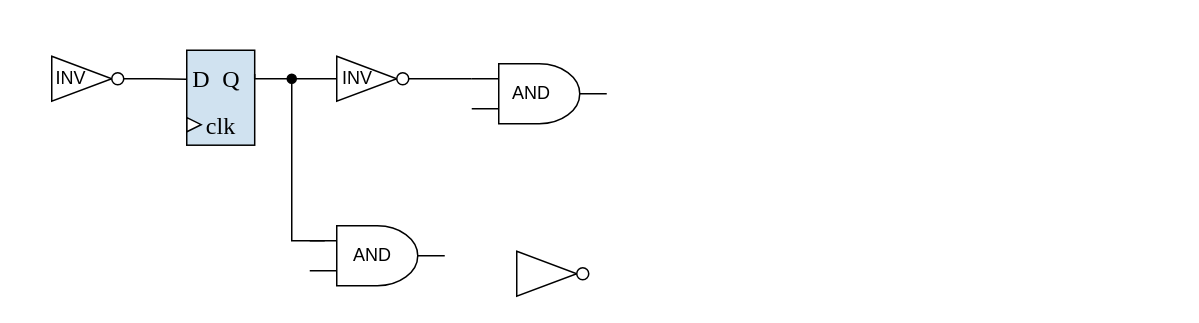
The draw.io diagram TimingGraoh.drawio in kxzhu0505/Delay-Padding-For-Multi-corner, before the edit. Source tidied: cells renumbered, new cells numbered last; positions are measured from the earlier drawing's top-left corner, leaving out a move shared by most shapes. Both pictures are drawn from the tidied source at 150%, with x=0, y=0 at pixel (26, 50).
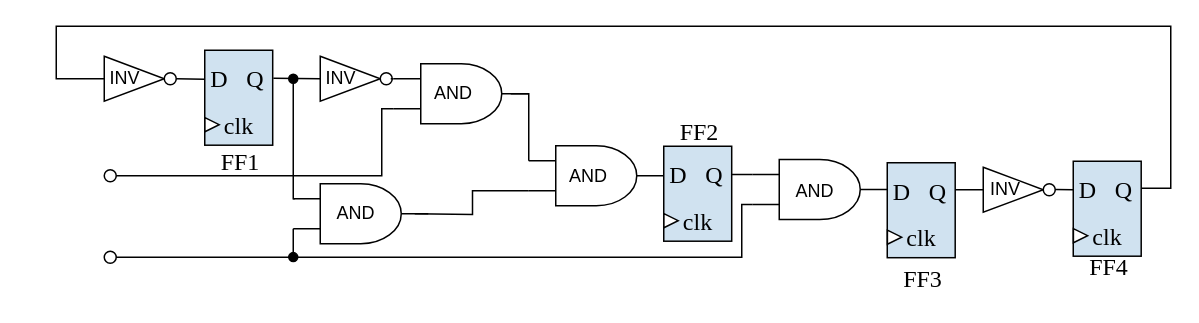
Above is the later version.

Unchanged cells that the change refers to:
```xml
<mxCell id="3" style="triangle;whiteSpace=wrap;html=1;" parent="2" vertex="1">
  <mxGeometry width="40" height="30" as="geometry" />
</mxCell>
<mxCell id="4" style="ellipse;whiteSpace=wrap;html=1;" parent="2" vertex="1">
  <mxGeometry x="40" y="11" width="8" height="8" as="geometry" />
</mxCell>
<mxCell id="7" style="triangle;whiteSpace=wrap;html=1;" parent="6" vertex="1">
  <mxGeometry width="40" height="30" as="geometry" />
</mxCell>
<mxCell id="8" style="ellipse;whiteSpace=wrap;html=1;" parent="6" vertex="1">
  <mxGeometry x="40" y="11" width="8" height="8" as="geometry" />
</mxCell>
<mxCell id="14" style="rounded=0;whiteSpace=wrap;html=1;rotation=90;strokeWidth=1;fontFamily=Times New Roman;fillColor=#D0E2F0;strokeColor=#000000;shadow=0;gradientColor=none;gradientDirection=north;" parent="13" vertex="1">
  <mxGeometry x="-9" y="9" width="63.3" height="45.3" as="geometry" />
</mxCell>
```

Diff of the diagram source:
```diff
@@
     <mxCell id="2" style="group;" parent="1" vertex="1">
-      <mxGeometry x="17" y="4" width="48" height="30" as="geometry" />
+      <mxGeometry x="52" y="4" width="48" height="30" as="geometry" />
     </mxCell>
@@
     <mxCell id="5" value="INV" style="text;html=1;align=center;verticalAlign=middle;whiteSpace=wrap;rounded=0;" parent="2" vertex="1">
-      <mxGeometry x="-17" width="60" height="30" as="geometry" />
+      <mxGeometry x="-16" width="60" height="30" as="geometry" />
     </mxCell>
     <mxCell id="6" style="group;" parent="1" vertex="1">
-      <mxGeometry x="207" y="4" width="48" height="30" as="geometry" />
+      <mxGeometry x="196" y="4" width="48" height="30" as="geometry" />
     </mxCell>
@@
     <mxCell id="10" style="group;" parent="1" vertex="1">
-      <mxGeometry x="327" y="134" width="48" height="30" as="geometry" />
+      <mxGeometry x="638" y="78" width="48" height="30" as="geometry" />
     </mxCell>
@@
+    <mxCell id="27" value="INV" style="text;html=1;align=center;verticalAlign=middle;whiteSpace=wrap;rounded=0;" parent="10" vertex="1">
+      <mxGeometry x="-15" width="60" height="30" as="geometry" />
+    </mxCell>
     <mxCell id="13" style="group;" parent="1" vertex="1">
-      <mxGeometry x="107" width="48.2" height="63.7" as="geometry" />
+      <mxGeometry x="119" width="48.2" height="63.7" as="geometry" />
     </mxCell>
@@
     <mxCell id="18" value="&lt;span style=&quot;font-size: 16px;&quot;&gt;Q&lt;/span&gt;" style="text;html=1;strokeColor=none;fillColor=none;align=center;verticalAlign=middle;whiteSpace=wrap;rounded=0;strokeWidth=2;fontFamily=Times New Roman;shadow=0;" parent="13" vertex="1">
-      <mxGeometry x="20.1" y="9" width="20" height="20" as="geometry" />
+      <mxGeometry x="24.1" y="9" width="20" height="20" as="geometry" />
     </mxCell>
-    <mxCell id="19" style="edgeStyle=orthogonalEdgeStyle;rounded=0;jettySize=auto;html=1;entryX=0.306;entryY=1.003;entryDx=0;entryDy=0;entryPerimeter=0;endArrow=none;startFill=0;" parent="1" edge="1" source="4" target="14">
+    <mxCell id="19" style="rounded=0;jettySize=auto;html=1;entryX=0.306;entryY=1.003;entryDx=0;entryDy=0;entryPerimeter=0;endArrow=none;startFill=0;" parent="1" edge="1" source="4" target="14">
       <mxGeometry relative="1" as="geometry" />
     </mxCell>
-    <mxCell id="20" style="edgeStyle=orthogonalEdgeStyle;rounded=0;jettySize=auto;html=1;entryX=0;entryY=0.5;entryDx=0;entryDy=0;endArrow=none;startFill=0;exitX=0.25;exitY=0;exitDx=0;exitDy=0;" parent="1" edge="1" source="14" target="7">
-      <mxGeometry relative="1" as="geometry">
-        <Array as="points">
-          <mxPoint x="152" y="19" />
-        </Array>
-      </mxGeometry>
+    <mxCell id="20" style="rounded=0;jettySize=auto;html=1;entryX=0;entryY=0.5;entryDx=0;entryDy=0;endArrow=none;startFill=0;exitX=0.295;exitY=-0.01;exitDx=0;exitDy=0;exitPerimeter=0;" parent="1" edge="1" source="14" target="7">
+      <mxGeometry relative="1" as="geometry" />
     </mxCell>
     <mxCell id="21" style="verticalLabelPosition=bottom;shadow=0;dashed=0;align=center;html=1;verticalAlign=top;shape=mxgraph.electrical.logic_gates.logic_gate;operation=and;strokeWidth=1;" parent="1" vertex="1">
-      <mxGeometry x="189" y="117" width="90" height="40" as="geometry" />
+      <mxGeometry x="178" y="89" width="90" height="40" as="geometry" />
     </mxCell>
     <mxCell id="22" style="verticalLabelPosition=bottom;shadow=0;dashed=0;align=center;html=1;verticalAlign=top;shape=mxgraph.electrical.logic_gates.logic_gate;operation=and;strokeWidth=1;" parent="1" vertex="1">
-      <mxGeometry x="297" y="9" width="90" height="40" as="geometry" />
+      <mxGeometry x="245" y="9" width="90" height="40" as="geometry" />
     </mxCell>
-    <mxCell id="23" style="edgeStyle=orthogonalEdgeStyle;rounded=0;jettySize=auto;html=1;endArrow=none;startFill=0;entryX=0;entryY=0.25;entryDx=0;entryDy=0;entryPerimeter=0;" parent="1" edge="1" source="8" target="22">
-      <mxGeometry relative="1" as="geometry" />
+    <mxCell id="23" style="rounded=0;jettySize=auto;html=1;endArrow=none;startFill=0;entryX=0;entryY=0.25;entryDx=0;entryDy=0;entryPerimeter=0;" parent="1" edge="1" target="22">
+      <mxGeometry relative="1" as="geometry">
+        <mxPoint x="243" y="19" as="sourcePoint" />
+      </mxGeometry>
     </mxCell>
     <mxCell id="24" style="endArrow=oval;html=1;rounded=0;exitX=0;exitY=0.25;exitDx=0;exitDy=0;exitPerimeter=0;edgeStyle=orthogonalEdgeStyle;startArrow=none;startFill=0;endFill=1;" parent="1" edge="1">
       <mxGeometry relative="1" as="geometry">
-        <mxPoint x="199" y="127" as="sourcePoint" />
-        <mxPoint x="177" y="19" as="targetPoint" />
+        <mxPoint x="179" y="99" as="sourcePoint" />
+        <mxPoint x="178" y="19" as="targetPoint" />
         <Array as="points">
-          <mxPoint x="177" y="127" />
+          <mxPoint x="178" y="99" />
         </Array>
       </mxGeometry>
     </mxCell>
     <mxCell id="25" value="AND" style="text;html=1;align=center;verticalAlign=middle;whiteSpace=wrap;rounded=0;" parent="1" vertex="1">
-      <mxGeometry x="307" y="14" width="60" height="30" as="geometry" />
+      <mxGeometry x="255" y="14" width="60" height="30" as="geometry" />
     </mxCell>
     <mxCell id="26" value="AND" style="text;html=1;align=center;verticalAlign=middle;whiteSpace=wrap;rounded=0;" parent="1" vertex="1">
-      <mxGeometry x="201" y="122" width="60" height="30" as="geometry" />
+      <mxGeometry x="190" y="94" width="60" height="30" as="geometry" />
     </mxCell>
+    <mxCell id="28" style="verticalLabelPosition=bottom;shadow=0;dashed=0;align=center;html=1;verticalAlign=top;shape=mxgraph.electrical.logic_gates.logic_gate;operation=and;strokeWidth=1;" parent="1" vertex="1">
+      <mxGeometry x="335" y="63.7" width="90" height="40" as="geometry" />
+    </mxCell>
+    <mxCell id="29" value="AND" style="text;html=1;align=center;verticalAlign=middle;whiteSpace=wrap;rounded=0;" parent="1" vertex="1">
+      <mxGeometry x="345" y="68.7" width="60" height="30" as="geometry" />
+    </mxCell>
+    <mxCell id="30" style="edgeStyle=orthogonalEdgeStyle;rounded=0;jettySize=auto;html=1;entryX=0;entryY=0.25;entryDx=0;entryDy=0;entryPerimeter=0;endArrow=none;startFill=0;" parent="1" edge="1" target="28">
+      <mxGeometry relative="1" as="geometry">
+        <mxPoint x="323" y="29" as="sourcePoint" />
+        <Array as="points">
+          <mxPoint x="335" y="29" />
+          <mxPoint x="335" y="74" />
+        </Array>
+      </mxGeometry>
+    </mxCell>
+    <mxCell id="31" style="edgeStyle=orthogonalEdgeStyle;rounded=0;jettySize=auto;html=1;entryX=0;entryY=0.75;entryDx=0;entryDy=0;entryPerimeter=0;endArrow=none;startFill=0;" parent="1" edge="1" target="28">
+      <mxGeometry relative="1" as="geometry">
+        <mxPoint x="259" y="109" as="sourcePoint" />
+      </mxGeometry>
+    </mxCell>
+    <mxCell id="32" style="group;" parent="1" vertex="1">
+      <mxGeometry x="425" y="64" width="48.2" height="63.7" as="geometry" />
+    </mxCell>
+    <mxCell id="33" style="rounded=0;whiteSpace=wrap;html=1;rotation=90;strokeWidth=1;fontFamily=Times New Roman;fillColor=#D0E2F0;strokeColor=#000000;shadow=0;gradientColor=none;gradientDirection=north;" parent="32" vertex="1">
+      <mxGeometry x="-9" y="9" width="63.3" height="45.3" as="geometry" />
+    </mxCell>
+    <mxCell id="34" value="&lt;font style=&quot;font-size: 16px;&quot;&gt;D&lt;/font&gt;" style="text;html=1;strokeColor=none;fillColor=none;align=center;verticalAlign=middle;whiteSpace=wrap;rounded=0;strokeWidth=2;fontFamily=Times New Roman;shadow=0;" parent="32" vertex="1">
+      <mxGeometry x="0.1" y="9" width="20" height="20" as="geometry" />
+    </mxCell>
+    <mxCell id="35" style="triangle;whiteSpace=wrap;html=1;strokeWidth=1;fontFamily=Times New Roman;shadow=0;" parent="32" vertex="1">
+      <mxGeometry x="0.1" y="44.9" width="9.5" height="9.4" as="geometry" />
+    </mxCell>
+    <mxCell id="36" value="&lt;font style=&quot;font-size: 16px;&quot;&gt;clk&lt;/font&gt;" style="text;html=1;strokeColor=none;fillColor=none;align=center;verticalAlign=middle;whiteSpace=wrap;rounded=0;strokeWidth=2;fontFamily=Times New Roman;shadow=0;" parent="32" vertex="1">
+      <mxGeometry x="5.7" y="35.5" width="33.9" height="28.2" as="geometry" />
+    </mxCell>
+    <mxCell id="37" value="&lt;span style=&quot;font-size: 16px;&quot;&gt;Q&lt;/span&gt;" style="text;html=1;strokeColor=none;fillColor=none;align=center;verticalAlign=middle;whiteSpace=wrap;rounded=0;strokeWidth=2;fontFamily=Times New Roman;shadow=0;" parent="32" vertex="1">
+      <mxGeometry x="24.1" y="9" width="20" height="20" as="geometry" />
+    </mxCell>
+    <mxCell id="38" style="verticalLabelPosition=bottom;shadow=0;dashed=0;align=center;html=1;verticalAlign=top;shape=mxgraph.electrical.logic_gates.logic_gate;operation=and;strokeWidth=1;" parent="1" vertex="1">
+      <mxGeometry x="484" y="72.9" width="90" height="40" as="geometry" />
+    </mxCell>
+    <mxCell id="39" value="AND" style="text;html=1;align=center;verticalAlign=middle;whiteSpace=wrap;rounded=0;" parent="1" vertex="1">
+      <mxGeometry x="496" y="78.9" width="60" height="30" as="geometry" />
+    </mxCell>
+    <mxCell id="40" style="rounded=0;jettySize=auto;html=1;exitX=1.058;exitY=0.488;exitDx=0;exitDy=0;exitPerimeter=0;endArrow=none;startFill=0;entryX=0;entryY=0.25;entryDx=0;entryDy=0;entryPerimeter=0;" parent="1" edge="1" source="37" target="38">
+      <mxGeometry relative="1" as="geometry" />
+    </mxCell>
+    <mxCell id="41" style="ellipse;whiteSpace=wrap;html=1;" parent="1" vertex="1">
+      <mxGeometry x="52" y="79.7" width="8" height="8" as="geometry" />
+    </mxCell>
+    <mxCell id="42" style="ellipse;whiteSpace=wrap;html=1;" parent="1" vertex="1">
+      <mxGeometry x="52" y="134" width="8" height="8" as="geometry" />
+    </mxCell>
+    <mxCell id="43" style="rounded=0;jettySize=auto;html=1;entryX=0;entryY=0.75;entryDx=0;entryDy=0;entryPerimeter=0;endArrow=none;startFill=0;edgeStyle=orthogonalEdgeStyle;" parent="1" edge="1" source="41" target="22">
+      <mxGeometry relative="1" as="geometry">
+        <Array as="points">
+          <mxPoint x="237" y="84" />
+          <mxPoint x="237" y="39" />
+        </Array>
+      </mxGeometry>
+    </mxCell>
+    <mxCell id="44" style="edgeStyle=orthogonalEdgeStyle;rounded=0;jettySize=auto;html=1;entryX=0;entryY=0.75;entryDx=0;entryDy=0;entryPerimeter=0;endArrow=none;startFill=0;" parent="1" edge="1" source="42" target="38">
+      <mxGeometry relative="1" as="geometry">
+        <Array as="points">
+          <mxPoint x="477" y="138" />
+          <mxPoint x="477" y="103" />
+        </Array>
+      </mxGeometry>
+    </mxCell>
+    <mxCell id="45" style="endArrow=oval;html=1;rounded=0;exitX=0;exitY=0.75;exitDx=0;exitDy=0;exitPerimeter=0;startArrow=none;startFill=0;endFill=1;" parent="1" edge="1">
+      <mxGeometry relative="1" as="geometry">
+        <mxPoint x="178" y="119" as="sourcePoint" />
+        <mxPoint x="178" y="137.9" as="targetPoint" />
+      </mxGeometry>
+    </mxCell>
+    <mxCell id="46" style="group;" parent="1" vertex="1">
+      <mxGeometry x="574" y="75" width="48.2" height="63.7" as="geometry" />
+    </mxCell>
+    <mxCell id="47" style="rounded=0;whiteSpace=wrap;html=1;rotation=90;strokeWidth=1;fontFamily=Times New Roman;fillColor=#D0E2F0;strokeColor=#000000;shadow=0;gradientColor=none;gradientDirection=north;" parent="46" vertex="1">
+      <mxGeometry x="-9" y="9" width="63.3" height="45.3" as="geometry" />
+    </mxCell>
+    <mxCell id="48" value="&lt;font style=&quot;font-size: 16px;&quot;&gt;D&lt;/font&gt;" style="text;html=1;strokeColor=none;fillColor=none;align=center;verticalAlign=middle;whiteSpace=wrap;rounded=0;strokeWidth=2;fontFamily=Times New Roman;shadow=0;" parent="46" vertex="1">
+      <mxGeometry x="0.1" y="9" width="20" height="20" as="geometry" />
+    </mxCell>
+    <mxCell id="49" style="triangle;whiteSpace=wrap;html=1;strokeWidth=1;fontFamily=Times New Roman;shadow=0;" parent="46" vertex="1">
+      <mxGeometry x="0.1" y="44.9" width="9.5" height="9.4" as="geometry" />
+    </mxCell>
+    <mxCell id="50" value="&lt;font style=&quot;font-size: 16px;&quot;&gt;clk&lt;/font&gt;" style="text;html=1;strokeColor=none;fillColor=none;align=center;verticalAlign=middle;whiteSpace=wrap;rounded=0;strokeWidth=2;fontFamily=Times New Roman;shadow=0;" parent="46" vertex="1">
+      <mxGeometry x="5.7" y="35.5" width="33.9" height="28.2" as="geometry" />
+    </mxCell>
+    <mxCell id="51" value="&lt;span style=&quot;font-size: 16px;&quot;&gt;Q&lt;/span&gt;" style="text;html=1;strokeColor=none;fillColor=none;align=center;verticalAlign=middle;whiteSpace=wrap;rounded=0;strokeWidth=2;fontFamily=Times New Roman;shadow=0;" parent="46" vertex="1">
+      <mxGeometry x="24.1" y="9" width="20" height="20" as="geometry" />
+    </mxCell>
+    <mxCell id="52" style="rounded=0;orthogonalLoop=1;jettySize=auto;html=1;entryX=0.306;entryY=1.003;entryDx=0;entryDy=0;entryPerimeter=0;endArrow=none;startFill=0;" parent="46" edge="1">
+      <mxGeometry relative="1" as="geometry">
+        <mxPoint x="45.2" y="18" as="sourcePoint" />
+        <mxPoint x="64.2" y="18" as="targetPoint" />
+      </mxGeometry>
+    </mxCell>
+    <mxCell id="53" style="group;" parent="1" vertex="1">
+      <mxGeometry x="698" y="74" width="48.2" height="63.7" as="geometry" />
+    </mxCell>
+    <mxCell id="54" style="rounded=0;whiteSpace=wrap;html=1;rotation=90;strokeWidth=1;fontFamily=Times New Roman;fillColor=#D0E2F0;strokeColor=#000000;shadow=0;gradientColor=none;gradientDirection=north;" parent="53" vertex="1">
+      <mxGeometry x="-9" y="9" width="63.3" height="45.3" as="geometry" />
+    </mxCell>
+    <mxCell id="55" value="&lt;font style=&quot;font-size: 16px;&quot;&gt;D&lt;/font&gt;" style="text;html=1;strokeColor=none;fillColor=none;align=center;verticalAlign=middle;whiteSpace=wrap;rounded=0;strokeWidth=2;fontFamily=Times New Roman;shadow=0;" parent="53" vertex="1">
+      <mxGeometry x="0.1" y="9" width="20" height="20" as="geometry" />
+    </mxCell>
+    <mxCell id="56" style="triangle;whiteSpace=wrap;html=1;strokeWidth=1;fontFamily=Times New Roman;shadow=0;" parent="53" vertex="1">
+      <mxGeometry x="0.1" y="44.9" width="9.5" height="9.4" as="geometry" />
+    </mxCell>
+    <mxCell id="57" value="&lt;font style=&quot;font-size: 16px;&quot;&gt;clk&lt;/font&gt;" style="text;html=1;strokeColor=none;fillColor=none;align=center;verticalAlign=middle;whiteSpace=wrap;rounded=0;strokeWidth=2;fontFamily=Times New Roman;shadow=0;" parent="53" vertex="1">
+      <mxGeometry x="5.7" y="35.5" width="33.9" height="28.2" as="geometry" />
+    </mxCell>
+    <mxCell id="58" value="&lt;span style=&quot;font-size: 16px;&quot;&gt;Q&lt;/span&gt;" style="text;html=1;strokeColor=none;fillColor=none;align=center;verticalAlign=middle;whiteSpace=wrap;rounded=0;strokeWidth=2;fontFamily=Times New Roman;shadow=0;" parent="53" vertex="1">
+      <mxGeometry x="24.1" y="9" width="20" height="20" as="geometry" />
+    </mxCell>
+    <mxCell id="59" style="rounded=0;orthogonalLoop=1;jettySize=auto;html=1;endArrow=none;startFill=0;" parent="1" edge="1">
+      <mxGeometry relative="1" as="geometry">
+        <mxPoint x="686" y="92.8" as="sourcePoint" />
+        <mxPoint x="698" y="93" as="targetPoint" />
+      </mxGeometry>
+    </mxCell>
+    <mxCell id="60" style="edgeStyle=orthogonalEdgeStyle;rounded=0;jettySize=auto;html=1;entryX=0;entryY=0.5;entryDx=0;entryDy=0;exitX=0.285;exitY=-0.003;exitDx=0;exitDy=0;exitPerimeter=0;endArrow=none;startFill=0;" parent="1" edge="1" source="54" target="3">
+      <mxGeometry relative="1" as="geometry">
+        <Array as="points">
+          <mxPoint x="763" y="92" />
+          <mxPoint x="763" y="-16" />
+          <mxPoint x="20" y="-16" />
+          <mxPoint x="20" y="19" />
+        </Array>
+      </mxGeometry>
+    </mxCell>
+    <mxCell id="61" value="&lt;font style=&quot;font-size: 16px;&quot;&gt;FF1&lt;/font&gt;" style="text;html=1;strokeColor=none;fillColor=none;align=center;verticalAlign=middle;whiteSpace=wrap;rounded=0;strokeWidth=2;fontFamily=Times New Roman;shadow=0;" parent="1" vertex="1">
+      <mxGeometry x="133.1" y="63.7" width="20" height="20" as="geometry" />
+    </mxCell>
+    <mxCell id="62" value="&lt;font style=&quot;font-size: 16px;&quot;&gt;FF2&lt;/font&gt;" style="text;html=1;strokeColor=none;fillColor=none;align=center;verticalAlign=middle;whiteSpace=wrap;rounded=0;strokeWidth=2;fontFamily=Times New Roman;shadow=0;" parent="1" vertex="1">
+      <mxGeometry x="439.1" y="44" width="20" height="20" as="geometry" />
+    </mxCell>
+    <mxCell id="63" value="&lt;font style=&quot;font-size: 16px;&quot;&gt;FF3&lt;/font&gt;" style="text;html=1;strokeColor=none;fillColor=none;align=center;verticalAlign=middle;whiteSpace=wrap;rounded=0;strokeWidth=2;fontFamily=Times New Roman;shadow=0;" parent="1" vertex="1">
+      <mxGeometry x="588.1" y="142" width="20" height="20" as="geometry" />
+    </mxCell>
+    <mxCell id="64" value="&lt;font style=&quot;font-size: 16px;&quot;&gt;FF4&lt;/font&gt;" style="text;html=1;strokeColor=none;fillColor=none;align=center;verticalAlign=middle;whiteSpace=wrap;rounded=0;strokeWidth=2;fontFamily=Times New Roman;shadow=0;" parent="1" vertex="1">
+      <mxGeometry x="712.1" y="134" width="20" height="20" as="geometry" />
+    </mxCell>
```
